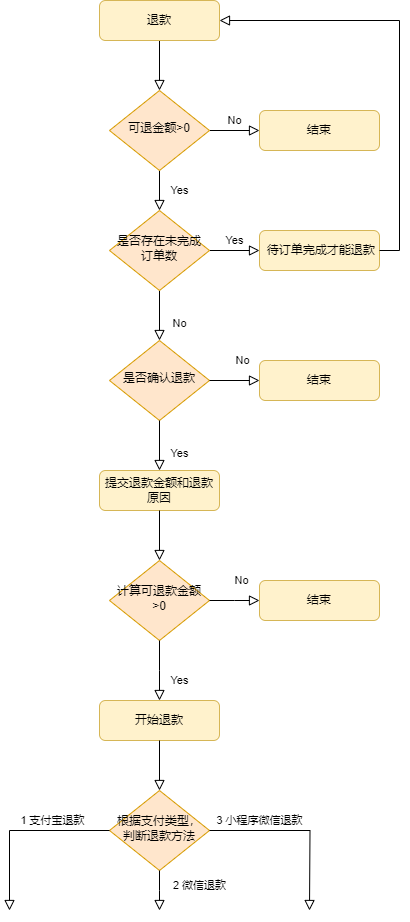
Above: png/退款流程.png in ren9901/tourism-j2ee-wx (draw.io), before the change. Source tidied: cells renumbered, new cells last; positions are measured from the earlier drawing's top-left corner, leaving out a move shared by most shapes.
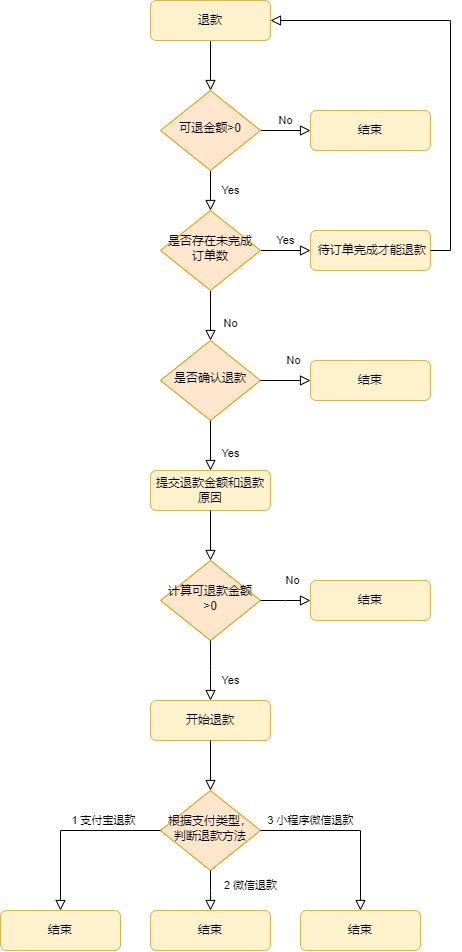
After the change.

Commit message:
更新退款流程.png

Diff of the diagram source:
```diff
@@ -83,12 +83,10 @@
     <mxCell id="25" style="rounded=0;html=1;jettySize=auto;fontSize=11;endArrow=block;endFill=0;endSize=8;strokeWidth=1;shadow=0;labelBackgroundColor=none;edgeStyle=orthogonalEdgeStyle;exitX=0.5;exitY=1;exitDx=0;exitDy=0;" parent="1" edge="1" source="23" target="24">
       <mxGeometry x="0.33" y="20" relative="1" as="geometry" />
     </mxCell>
-    <mxCell id="26" value="1 支付宝退款" style="rounded=0;html=1;jettySize=auto;fontSize=11;endArrow=block;endFill=0;endSize=8;strokeWidth=1;shadow=0;labelBackgroundColor=none;edgeStyle=orthogonalEdgeStyle;exitX=0;exitY=0.5;exitDx=0;exitDy=0;" parent="1" edge="1" source="24">
+    <mxCell id="26" value="1 支付宝退款" style="rounded=0;html=1;jettySize=auto;fontSize=11;endArrow=block;endFill=0;endSize=8;strokeWidth=1;shadow=0;labelBackgroundColor=none;edgeStyle=orthogonalEdgeStyle;exitX=0;exitY=0.5;exitDx=0;exitDy=0;" parent="1" edge="1" source="24" target="29">
       <mxGeometry x="-0.37" y="-10" relative="1" as="geometry">
-        <mxPoint y="910" as="targetPoint" />
         <Array as="points">
           <mxPoint y="830" />
-          <mxPoint y="910" />
         </Array>
       </mxGeometry>
     </mxCell>
@@ -98,10 +96,17 @@
         <mxPoint y="-6" as="offset" />
       </mxGeometry>
     </mxCell>
-    <mxCell id="28" value="3 小程序微信退款" style="rounded=0;html=1;jettySize=auto;fontSize=11;endArrow=block;endFill=0;endSize=8;strokeWidth=1;shadow=0;labelBackgroundColor=none;edgeStyle=orthogonalEdgeStyle;exitX=1;exitY=0.5;exitDx=0;exitDy=0;" parent="1" edge="1" source="24">
-      <mxGeometry x="-0.45" y="10" relative="1" as="geometry">
-        <mxPoint x="300" y="910" as="targetPoint" />
-      </mxGeometry>
+    <mxCell id="28" value="3 小程序微信退款" style="rounded=0;html=1;jettySize=auto;fontSize=11;endArrow=block;endFill=0;endSize=8;strokeWidth=1;shadow=0;labelBackgroundColor=none;edgeStyle=orthogonalEdgeStyle;exitX=1;exitY=0.5;exitDx=0;exitDy=0;" parent="1" edge="1" source="24" target="31">
+      <mxGeometry x="-0.45" y="10" relative="1" as="geometry" />
     </mxCell>
+    <mxCell id="29" value="结束" style="rounded=1;whiteSpace=wrap;html=1;fontSize=12;glass=0;strokeWidth=1;shadow=0;fillColor=#fff2cc;strokeColor=#d6b656;" parent="1" vertex="1">
+      <mxGeometry x="-60" y="910" width="120" height="40" as="geometry" />
+    </mxCell>
+    <mxCell id="30" value="结束" style="rounded=1;whiteSpace=wrap;html=1;fontSize=12;glass=0;strokeWidth=1;shadow=0;fillColor=#fff2cc;strokeColor=#d6b656;" parent="1" vertex="1">
+      <mxGeometry x="90" y="910" width="120" height="40" as="geometry" />
+    </mxCell>
+    <mxCell id="31" value="结束" style="rounded=1;whiteSpace=wrap;html=1;fontSize=12;glass=0;strokeWidth=1;shadow=0;fillColor=#fff2cc;strokeColor=#d6b656;" parent="1" vertex="1">
+      <mxGeometry x="240" y="910" width="120" height="40" as="geometry" />
+    </mxCell>
   </root>
 </mxGraphModel>
```
